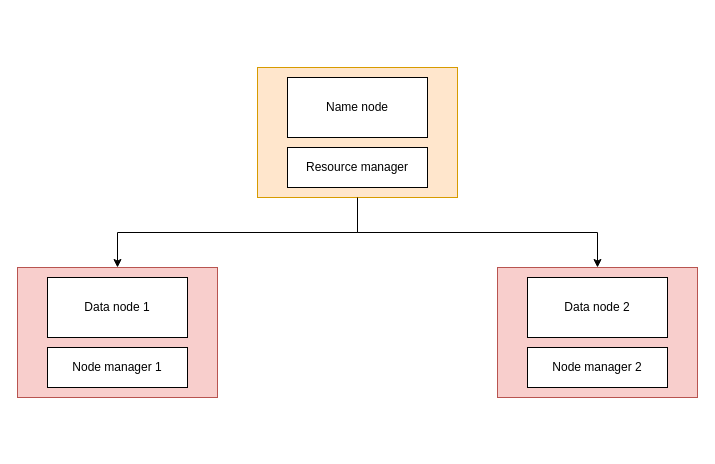
The draw.io diagram HDFS architecture.drawio in vukhanh09/DATN, before the edit. Source tidied: cells renumbered, new cells numbered last; positions are measured from the earlier drawing's top-left corner, leaving out a move shared by most shapes. Both pictures are drawn from the tidied source at 100%, with x=0, y=0 at pixel (17, 67).
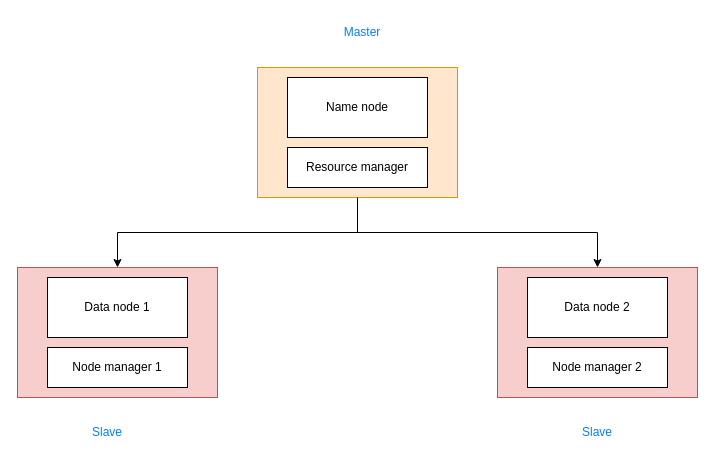
After the change.

Diff of the diagram source:
```diff
@@
 <mxGraphModel>
   <root>
     <mxCell id="0" />
     <mxCell id="1" parent="0" />
     <mxCell id="2" style="edgeStyle=orthogonalEdgeStyle;rounded=0;jettySize=auto;html=1;exitX=0.5;exitY=1;exitDx=0;exitDy=0;entryX=0.5;entryY=0;entryDx=0;entryDy=0;" parent="1" edge="1" source="3" target="10">
       <mxGeometry relative="1" as="geometry" />
     </mxCell>
     <mxCell id="3" style="rounded=0;whiteSpace=wrap;html=1;fillColor=#ffe6cc;strokeColor=#d79b00;" parent="1" vertex="1">
       <mxGeometry x="240" width="200" height="130" as="geometry" />
     </mxCell>
     <mxCell id="4" style="edgeStyle=orthogonalEdgeStyle;rounded=0;jettySize=auto;html=1;exitX=0.5;exitY=1;exitDx=0;exitDy=0;entryX=0.5;entryY=0;entryDx=0;entryDy=0;" parent="1" edge="1" source="3" target="7">
       <mxGeometry relative="1" as="geometry" />
     </mxCell>
     <mxCell id="5" value="Name node" style="rounded=0;whiteSpace=wrap;html=1;" parent="1" vertex="1">
       <mxGeometry x="270" y="10" width="140" height="60" as="geometry" />
     </mxCell>
     <mxCell id="6" value="Resource manager" style="rounded=0;whiteSpace=wrap;html=1;" parent="1" vertex="1">
       <mxGeometry x="270" y="80" width="140" height="40" as="geometry" />
     </mxCell>
     <mxCell id="7" style="rounded=0;whiteSpace=wrap;html=1;fillColor=#f8cecc;strokeColor=#b85450;" parent="1" vertex="1">
       <mxGeometry y="200" width="200" height="130" as="geometry" />
     </mxCell>
     <mxCell id="8" value="Data node 1" style="rounded=0;whiteSpace=wrap;html=1;" parent="1" vertex="1">
       <mxGeometry x="30" y="210" width="140" height="60" as="geometry" />
     </mxCell>
     <mxCell id="9" value="Node manager 1" style="rounded=0;whiteSpace=wrap;html=1;" parent="1" vertex="1">
       <mxGeometry x="30" y="280" width="140" height="40" as="geometry" />
     </mxCell>
     <mxCell id="10" style="rounded=0;whiteSpace=wrap;html=1;fillColor=#f8cecc;strokeColor=#b85450;" parent="1" vertex="1">
       <mxGeometry x="480" y="200" width="200" height="130" as="geometry" />
     </mxCell>
     <mxCell id="11" value="Data node 2" style="rounded=0;whiteSpace=wrap;html=1;" parent="1" vertex="1">
       <mxGeometry x="510" y="210" width="140" height="60" as="geometry" />
     </mxCell>
     <mxCell id="12" value="Node manager 2" style="rounded=0;whiteSpace=wrap;html=1;" parent="1" vertex="1">
       <mxGeometry x="510" y="280" width="140" height="40" as="geometry" />
     </mxCell>
+    <mxCell id="13" value="&lt;font color=&quot;#007fff&quot;&gt;Master&lt;/font&gt;" style="text;html=1;align=center;verticalAlign=middle;whiteSpace=wrap;rounded=0;strokeColor=none;" parent="1" vertex="1">
+      <mxGeometry x="315" y="-50" width="60" height="30" as="geometry" />
+    </mxCell>
+    <mxCell id="14" value="&lt;font color=&quot;#007fff&quot;&gt;Slave&lt;/font&gt;" style="text;html=1;align=center;verticalAlign=middle;whiteSpace=wrap;rounded=0;strokeColor=none;" parent="1" vertex="1">
+      <mxGeometry x="60" y="350" width="60" height="30" as="geometry" />
+    </mxCell>
+    <mxCell id="15" value="&lt;font color=&quot;#007fff&quot;&gt;Slave&lt;/font&gt;" style="text;html=1;align=center;verticalAlign=middle;whiteSpace=wrap;rounded=0;strokeColor=none;" parent="1" vertex="1">
+      <mxGeometry x="550" y="350" width="60" height="30" as="geometry" />
+    </mxCell>
   </root>
 </mxGraphModel>
```
